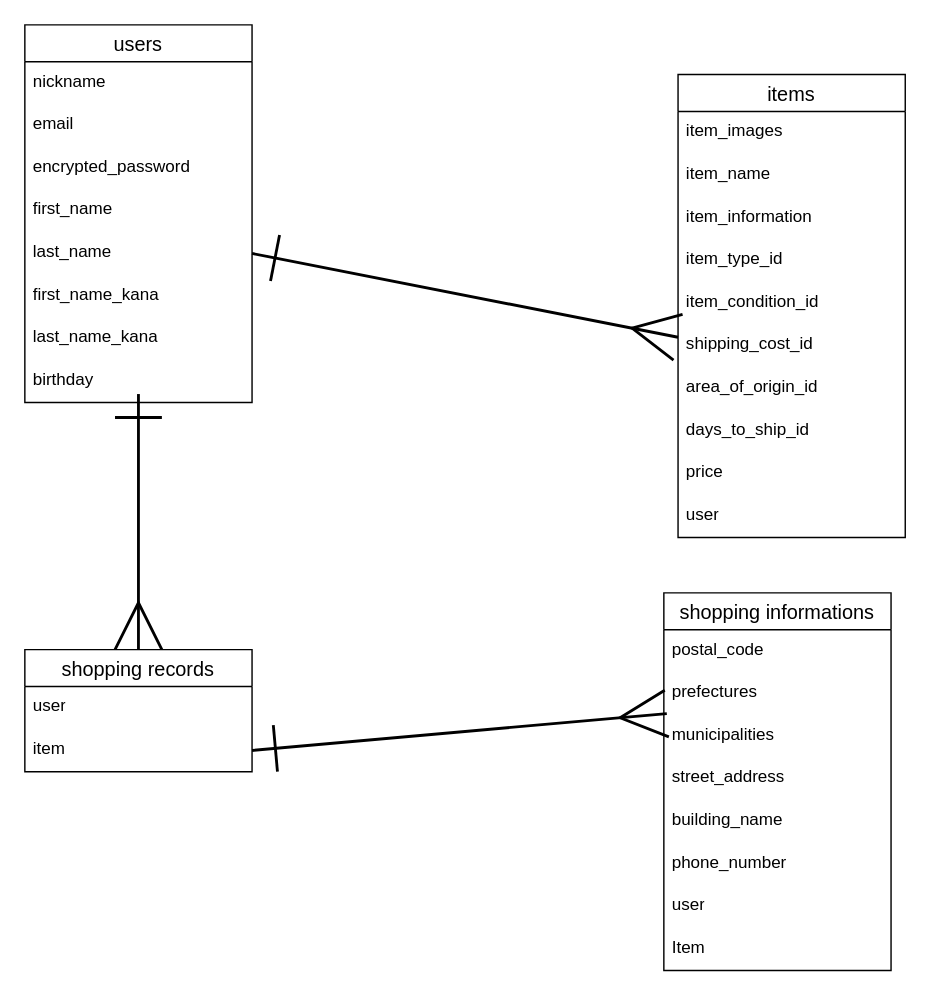
This is test.dio from KANTAPENG/furima-kanta, a draw.io file, before an edit. Source tidied: cells renumbered, new cells numbered last; positions are measured from the earlier drawing's top-left corner, leaving out a move shared by most shapes. Both pictures are drawn from the tidied source at 142%, with x=0, y=0 at pixel (24, 24).
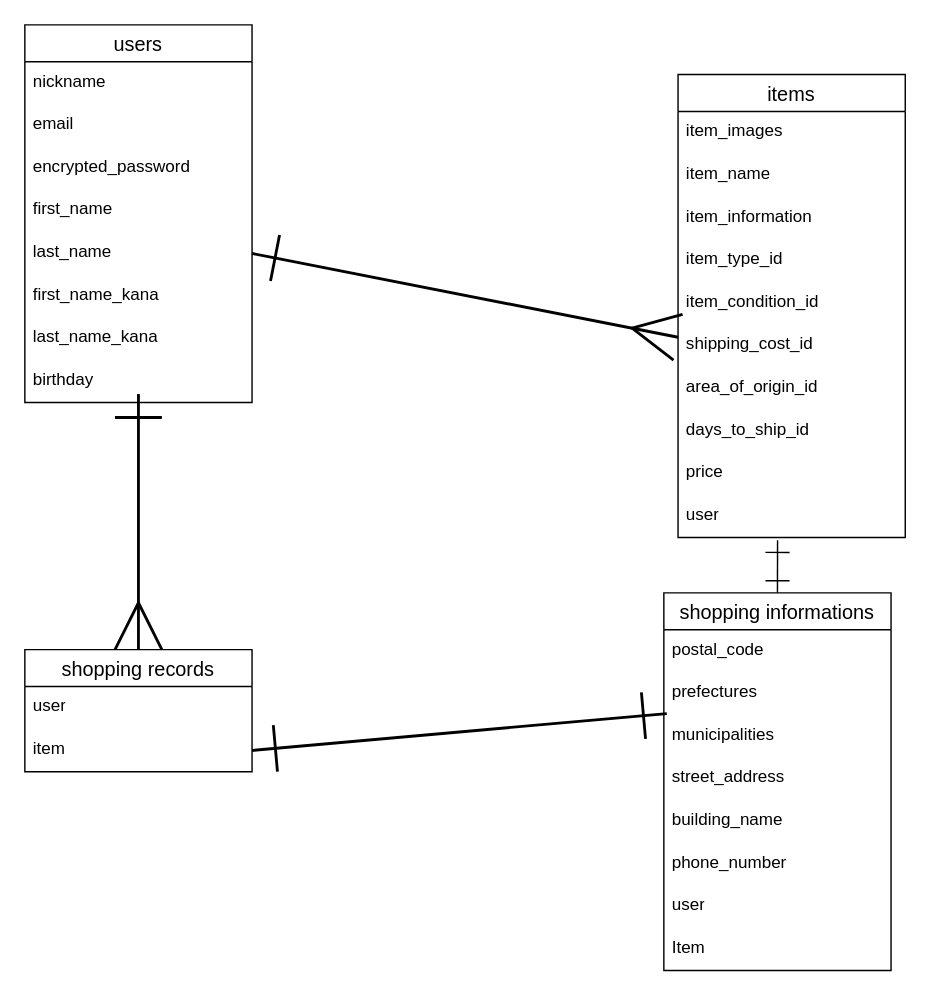
The same diagram, later.

The change refers to these unchanged cells:
```xml
<mxCell id="21" value="user" style="text;strokeColor=none;fillColor=none;spacingLeft=4;spacingRight=4;overflow=hidden;points=[[0,0.5],[1,0.5]];portConstraint=eastwest;fontSize=12;whiteSpace=wrap;html=1;" parent="11" vertex="1">
  <mxGeometry y="296" width="160" height="30" as="geometry" />
</mxCell>
<mxCell id="25" value="item" style="text;strokeColor=none;fillColor=none;spacingLeft=4;spacingRight=4;overflow=hidden;points=[[0,0.5],[1,0.5]];portConstraint=eastwest;fontSize=12;whiteSpace=wrap;html=1;" parent="23" vertex="1">
  <mxGeometry y="56" width="160" height="30" as="geometry" />
</mxCell>
<mxCell id="26" value="shopping informations" style="swimlane;fontStyle=0;horizontal=1;startSize=26;align=center;fontSize=14;" parent="1" vertex="1">
  <mxGeometry x="450" y="400" width="160" height="266" as="geometry" />
</mxCell>
<mxCell id="29" value="municipalities" style="text;strokeColor=none;fillColor=none;spacingLeft=4;spacingRight=4;overflow=hidden;points=[[0,0.5],[1,0.5]];portConstraint=eastwest;fontSize=12;whiteSpace=wrap;html=1;" parent="26" vertex="1">
  <mxGeometry y="86" width="160" height="30" as="geometry" />
</mxCell>
```

Diff of the diagram source:
```diff
@@
-    <mxCell id="36" style="edgeStyle=none;html=1;exitX=1;exitY=0.5;exitDx=0;exitDy=0;entryX=0.013;entryY=-0.033;entryDx=0;entryDy=0;entryPerimeter=0;startArrow=ERone;startFill=0;endArrow=ERmany;endFill=0;strokeWidth=2;endSize=30;startSize=30;" parent="1" edge="1" source="25" target="29">
+    <mxCell id="36" style="edgeStyle=none;html=1;exitX=1;exitY=0.5;exitDx=0;exitDy=0;entryX=0.013;entryY=-0.033;entryDx=0;entryDy=0;entryPerimeter=0;startArrow=ERone;startFill=0;endArrow=ERone;endFill=0;strokeWidth=2;endSize=30;startSize=30;" parent="1" edge="1" source="25" target="29">
       <mxGeometry relative="1" as="geometry" />
     </mxCell>
+    <mxCell id="37" style="edgeStyle=none;html=1;exitX=0.5;exitY=0;exitDx=0;exitDy=0;entryX=0.438;entryY=1.067;entryDx=0;entryDy=0;entryPerimeter=0;startArrow=ERone;startFill=0;endArrow=ERone;endFill=0;endSize=15;startSize=15;" parent="1" edge="1" source="26" target="21">
+      <mxGeometry relative="1" as="geometry" />
+    </mxCell>
```
